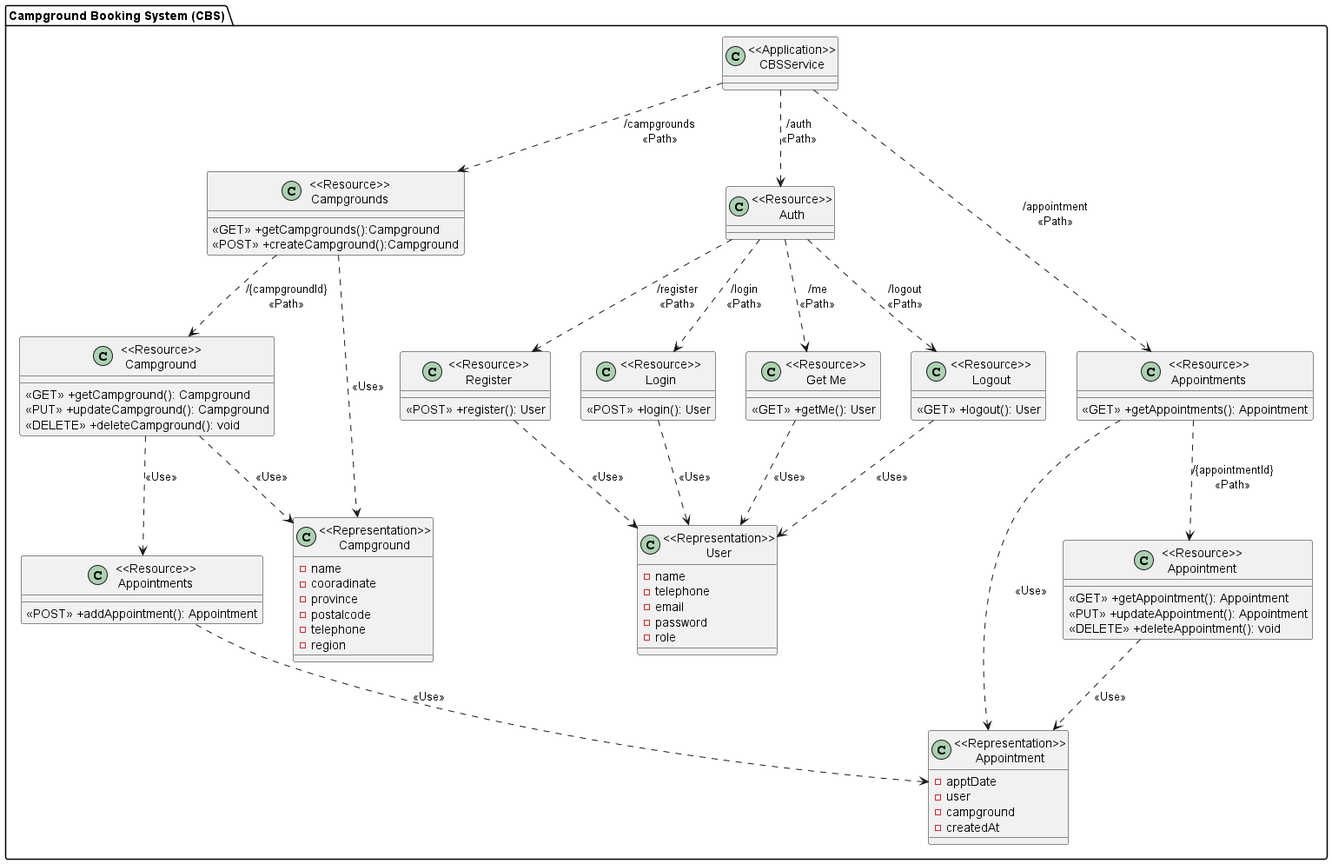
Earlier version of the PlantUML export diagram/Class diagram/Campground Booking System (CBS).png (FaiiFaiipuipui/CEDT_Y1T2_backend-campgroundbooking).
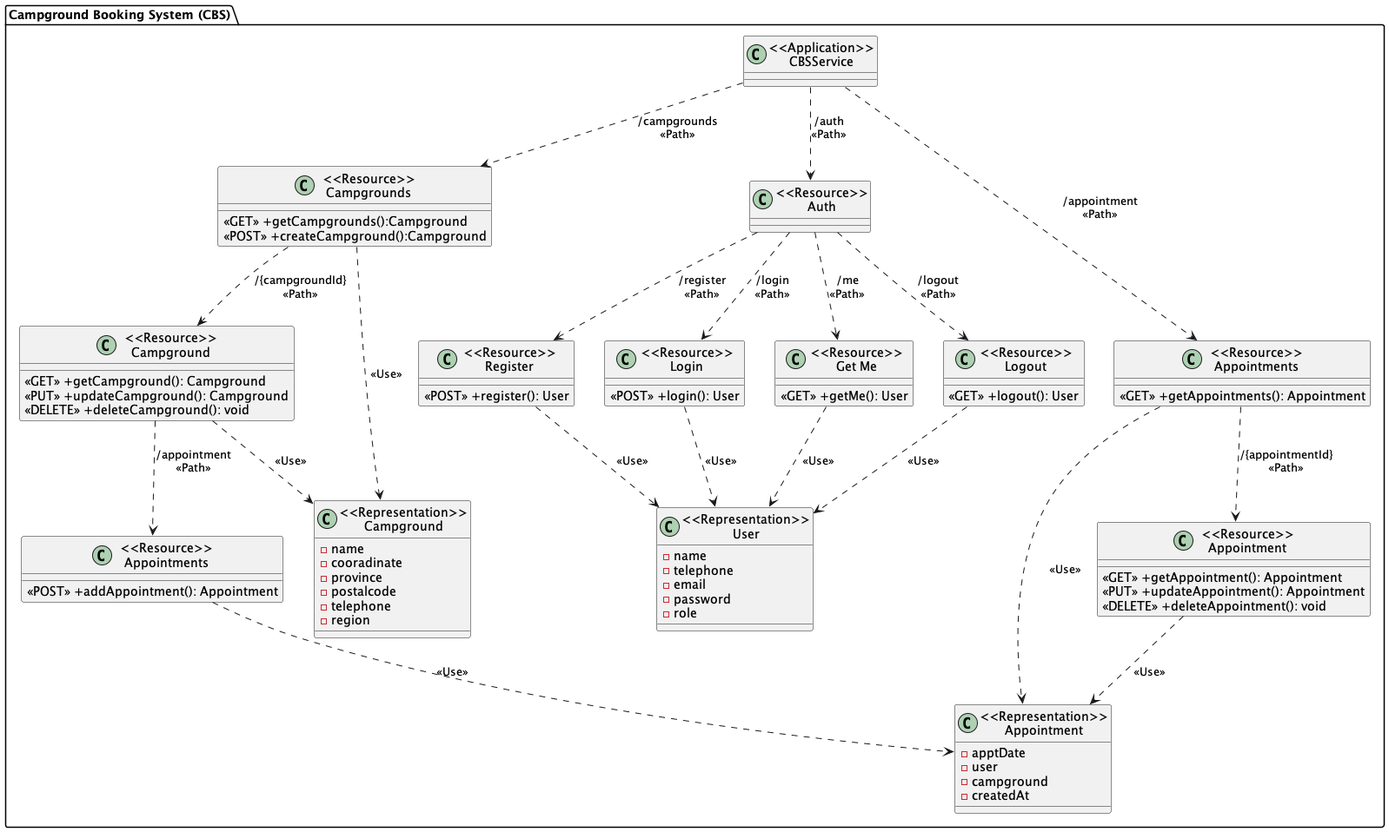
Above is the later version.

Change to the diagram source:
```diff
@@ -75,7 +75,7 @@
 CBSService ..> ResourceCampgrounds:"/campgrounds\n<<Path>>"
 ResourceCampgrounds ..> ResourceCampground: "/{campgroundId}\n<<Path>>"
 ResourceCampgrounds ..> RepresentationCampground: "<<Use>>"
-ResourceCampground ..> AddResourceAppointments: "<<Use>>"
+ResourceCampground ..> AddResourceAppointments: "/appointment\n<<Path>>"
 ResourceCampground ..> RepresentationCampground: "<<Use>>"
 
 CBSService ..> ResourceAppointments: "/appointment\n<<Path>>"
```
